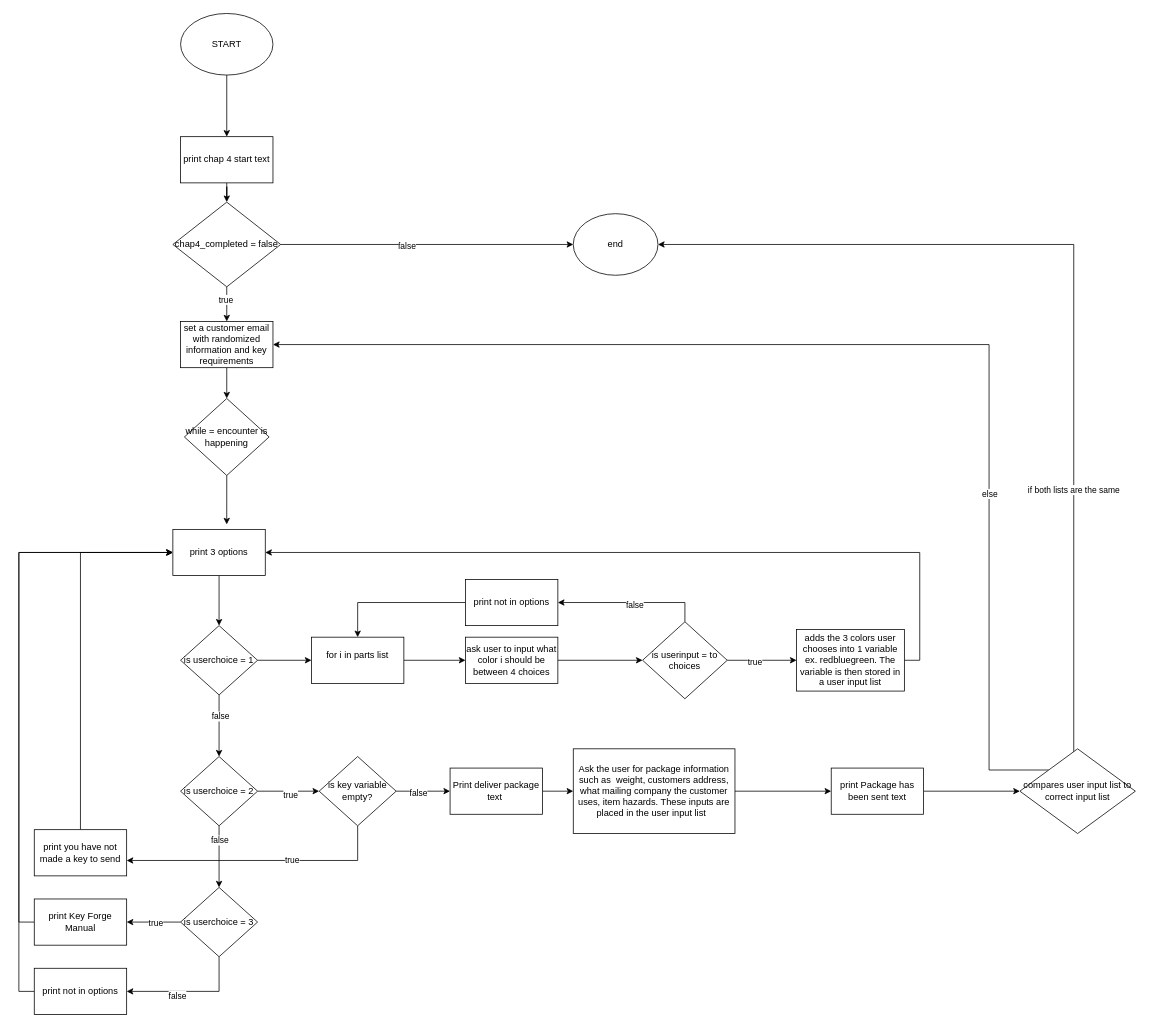
Earlier version of the draw.io diagram Week 5/chap4.drawio (christianantoniocagz-del/CCagalitan-CSS225-Fall-2026). Source tidied: cells renumbered, new cells numbered last; positions are measured from the earlier drawing's top-left corner, leaving out a move shared by most shapes. Both pictures are drawn from the tidied source at 77%, with x=0, y=0 at pixel (34, 13).
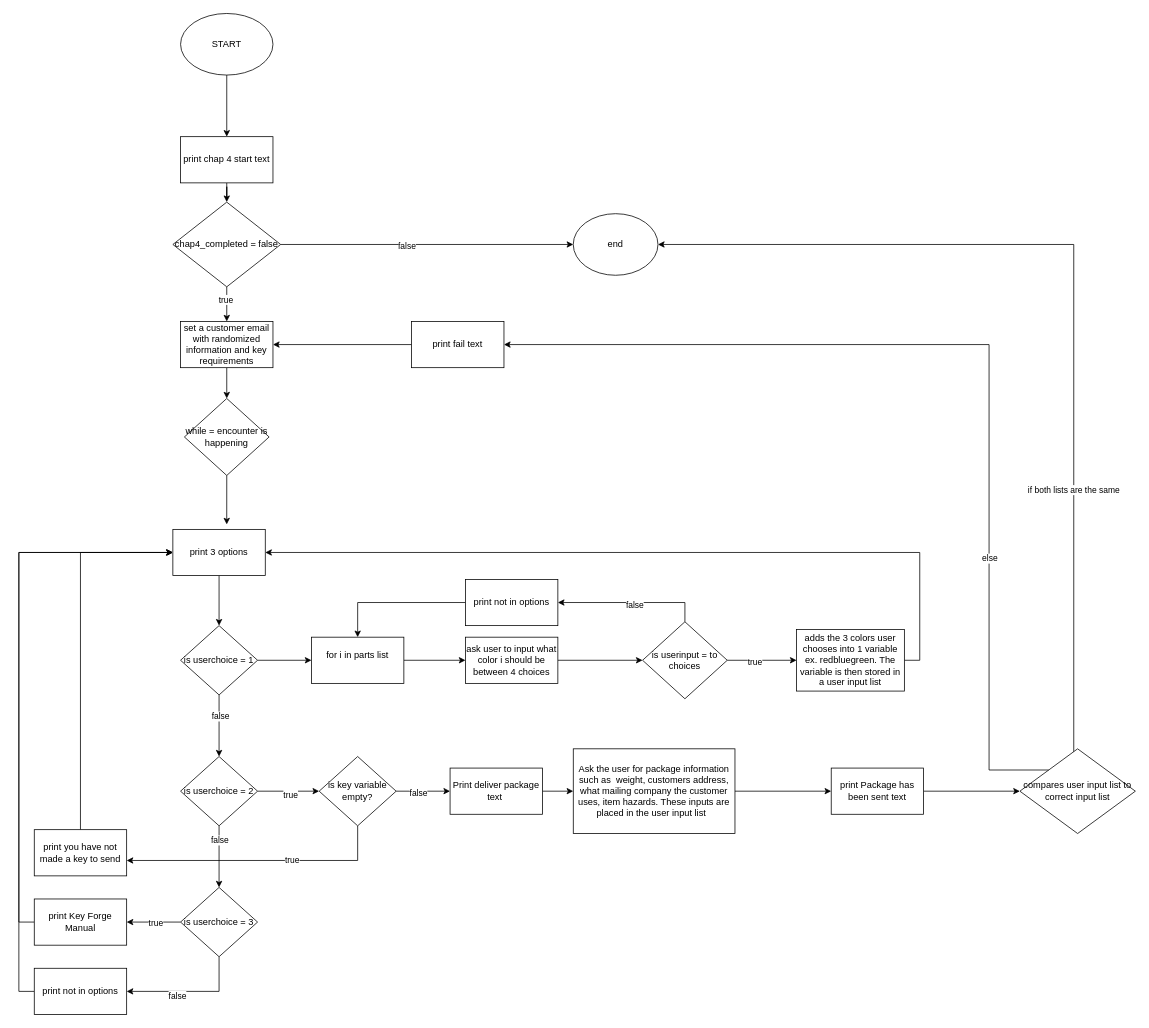
The same page after the edit.

The change refers to these unchanged cells:
```xml
<mxCell id="61" value="compares user input list to correct input list" style="rhombus;whiteSpace=wrap;html=1;shapeInside=1;" parent="1" vertex="1">
  <mxGeometry x="1280" y="955" width="150" height="110" as="geometry" />
</mxCell>
<mxCell id="63" value="set a customer email with randomized information and key requirements" style="whiteSpace=wrap;html=1;" parent="1" vertex="1">
  <mxGeometry x="190" y="400" width="120" height="60" as="geometry" />
</mxCell>
```

Diff of the diagram source:
```diff
@@
-    <mxCell id="59" style="edgeStyle=orthogonalEdgeStyle;rounded=0;jettySize=auto;html=1;exitX=0;exitY=0;exitDx=0;exitDy=0;entryX=1;entryY=0.5;entryDx=0;entryDy=0;defaultLabelBackgroundColor=page;" parent="1" edge="1" source="61" target="63">
-      <mxGeometry relative="1" as="geometry">
-        <Array as="points">
-          <mxPoint x="1240" y="982.5" />
-          <mxPoint x="1240" y="430" />
-        </Array>
-      </mxGeometry>
+    <mxCell id="59" style="edgeStyle=orthogonalEdgeStyle;rounded=0;jettySize=auto;html=1;entryX=1;entryY=0.5;entryDx=0;entryDy=0;defaultLabelBackgroundColor=page;" parent="1" edge="1" source="68" target="63">
+      <mxGeometry relative="1" as="geometry" />
     </mxCell>
-    <mxCell id="60" value="else" style="edgeLabel;html=1;align=center;verticalAlign=middle;inheritText=1;defaultLabelBackgroundColor=page;" parent="59" vertex="1">
-      <mxGeometry x="-0.44" relative="1" as="geometry" />
-    </mxCell>
@@
+    <mxCell id="67" style="edgeStyle=orthogonalEdgeStyle;rounded=0;jettySize=auto;html=1;exitX=0;exitY=0;exitDx=0;exitDy=0;defaultLabelBackgroundColor=page;" parent="1" edge="1" source="61" target="68">
+      <mxGeometry relative="1" as="geometry">
+        <Array as="points">
+          <mxPoint x="1240" y="982.5" />
+          <mxPoint x="1240" y="430" />
+        </Array>
+      </mxGeometry>
+    </mxCell>
+    <mxCell id="60" value="else" style="edgeLabel;html=1;align=center;verticalAlign=middle;inheritText=1;defaultLabelBackgroundColor=page;" parent="67" vertex="1">
+      <mxGeometry x="-0.44" relative="1" as="geometry" />
+    </mxCell>
+    <mxCell id="68" value="print fail text" style="whiteSpace=wrap;html=1;" parent="1" vertex="1">
+      <mxGeometry x="490" y="400" width="120" height="60" as="geometry" />
+    </mxCell>
```
